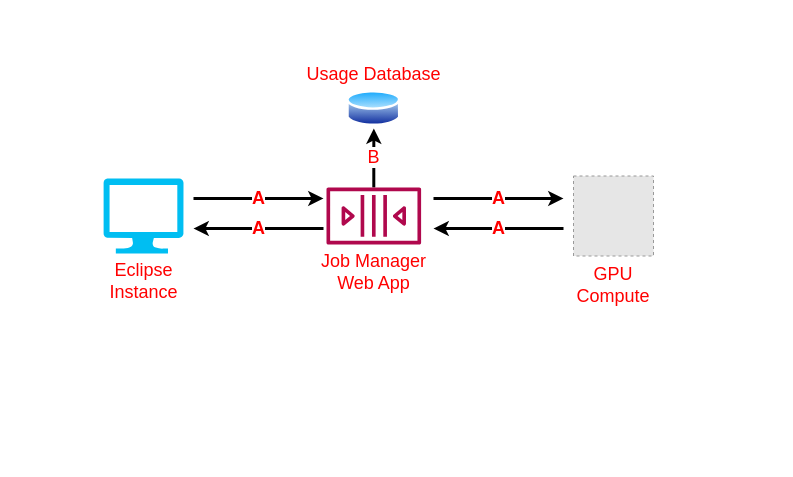
Earlier version of the draw.io diagram EclipseServerInterface.drawio (SamPIngram/DrawIO). Source tidied: cells renumbered, new cells numbered last; positions are measured from the earlier drawing's top-left corner, leaving out a move shared by most shapes. Both pictures are drawn from the tidied source at 100%, with x=0, y=0 at pixel (103, 88). Pictures stored in the file or linked from it are replaced by grey dashed boxes.
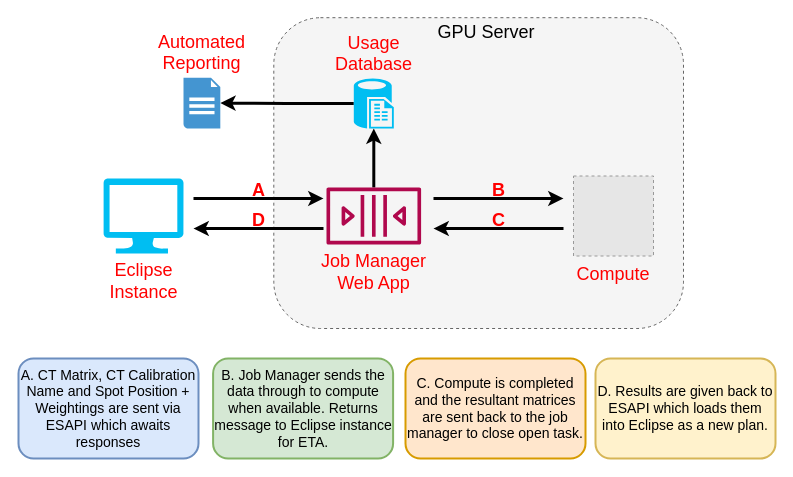
The same diagram, later.

The change refers to these unchanged cells:
```xml
<mxCell id="7" value="Job Manager&lt;br&gt;Web App" style="sketch=0;outlineConnect=0;fontColor=#FF0000;gradientColor=none;fillColor=#B0084D;strokeColor=none;dashed=0;verticalLabelPosition=bottom;verticalAlign=top;align=center;html=1;fontSize=18;fontStyle=0;shape=mxgraph.aws4.queue;" parent="1" vertex="1">
  <mxGeometry x="223" y="99" width="94.6" height="57" as="geometry" />
</mxCell>
```

Diff of the diagram source:
```diff
@@
+    <mxCell id="11" style="rounded=1;whiteSpace=wrap;html=1;fontSize=18;labelBackgroundColor=none;fillColor=#f5f5f5;dashed=1;strokeColor=#666666;fontColor=#333333;" parent="1" vertex="1">
+      <mxGeometry x="170.3" y="-70.8" width="409.7" height="310.8" as="geometry" />
+    </mxCell>
@@
-    <mxCell id="3" value="A" style="endArrow=classic;html=1;rounded=0;strokeWidth=3;fontSize=18;fontStyle=1;fontColor=#FF0000;" parent="1" edge="1">
+    <mxCell id="3" value="A" style="endArrow=classic;html=1;rounded=0;strokeWidth=3;fontSize=18;fontStyle=1;fontColor=#FF0000;labelBackgroundColor=none;spacingBottom=16;" parent="1" edge="1">
       <mxGeometry relative="1" as="geometry">
         <mxPoint x="90" y="110" as="sourcePoint" />
         <mxPoint x="220" y="110" as="targetPoint" />
       </mxGeometry>
     </mxCell>
-    <mxCell id="4" value="GPU &#10;Compute" style="fillColor=#E6E6E6;strokeColor=#999999;dashed=1;verticalLabelPosition=bottom;labelBackgroundColor=#ffffff;verticalAlign=top;fontSize=18;fontColor=#FF0000;" parent="1" vertex="1">
+    <mxCell id="4" value="Compute" style="fillColor=#E6E6E6;strokeColor=#999999;dashed=1;verticalLabelPosition=bottom;labelBackgroundColor=none;verticalAlign=top;fontSize=18;fontColor=#FF0000;" parent="1" vertex="1">
       <mxGeometry x="470" y="87.5" width="80" height="80" as="geometry" />
     </mxCell>
-    <mxCell id="5" value="Usage Database" style="perimeter=ellipsePerimeter;html=1;align=center;shadow=0;dashed=0;spacingTop=3;image;image=img/lib/active_directory/database.svg;fontSize=18;fontColor=#FF0000;labelPosition=center;verticalLabelPosition=top;verticalAlign=bottom;" parent="1" vertex="1">
-      <mxGeometry x="243.3" width="54.1" height="40" as="geometry" />
-    </mxCell>
-    <mxCell id="6" value="B" style="edgeStyle=orthogonalEdgeStyle;rounded=0;jettySize=auto;html=1;entryX=0.5;entryY=1;entryDx=0;entryDy=0;fontSize=18;fontColor=#FF0000;strokeWidth=3;" parent="1" edge="1" source="7" target="5">
+    <mxCell id="6" style="edgeStyle=orthogonalEdgeStyle;rounded=0;jettySize=auto;html=1;entryX=0.5;entryY=1;entryDx=0;entryDy=0;fontSize=18;fontColor=#FF0000;strokeWidth=3;entryPerimeter=0;" parent="1" edge="1" source="7" target="5">
       <mxGeometry relative="1" as="geometry" />
     </mxCell>
@@
-    <mxCell id="8" value="A" style="endArrow=classic;html=1;rounded=0;strokeWidth=3;fontSize=18;fontStyle=1;fontColor=#FF0000;" parent="1" edge="1">
+    <mxCell id="8" value="D" style="endArrow=classic;html=1;rounded=0;strokeWidth=3;fontSize=18;fontStyle=1;fontColor=#FF0000;labelBackgroundColor=none;spacingBottom=16;" parent="1" edge="1">
       <mxGeometry relative="1" as="geometry">
         <mxPoint x="220" y="140" as="sourcePoint" />
         <mxPoint x="90" y="140" as="targetPoint" />
       </mxGeometry>
     </mxCell>
-    <mxCell id="9" value="A" style="endArrow=classic;html=1;rounded=0;strokeWidth=3;fontSize=18;fontStyle=1;fontColor=#FF0000;" parent="1" edge="1">
+    <mxCell id="9" value="B" style="endArrow=classic;html=1;rounded=0;strokeWidth=3;fontSize=18;fontStyle=1;fontColor=#FF0000;labelBackgroundColor=none;spacingBottom=16;" parent="1" edge="1">
       <mxGeometry relative="1" as="geometry">
         <mxPoint x="330" y="110" as="sourcePoint" />
         <mxPoint x="460" y="110" as="targetPoint" />
       </mxGeometry>
     </mxCell>
-    <mxCell id="10" value="A" style="endArrow=classic;html=1;rounded=0;strokeWidth=3;fontSize=18;fontStyle=1;fontColor=#FF0000;" parent="1" edge="1">
+    <mxCell id="10" value="C" style="endArrow=classic;html=1;rounded=0;strokeWidth=3;fontSize=18;fontStyle=1;fontColor=#FF0000;labelBackgroundColor=none;spacingBottom=16;" parent="1" edge="1">
       <mxGeometry relative="1" as="geometry">
         <mxPoint x="460" y="140" as="sourcePoint" />
         <mxPoint x="330" y="140" as="targetPoint" />
       </mxGeometry>
     </mxCell>
+    <mxCell id="12" style="edgeStyle=orthogonalEdgeStyle;rounded=0;jettySize=auto;html=1;fontSize=18;fontColor=#FF0000;strokeWidth=3;" parent="1" edge="1" source="5" target="13">
+      <mxGeometry relative="1" as="geometry" />
+    </mxCell>
+    <mxCell id="5" value="Usage&lt;br&gt;Database" style="verticalLabelPosition=top;html=1;verticalAlign=bottom;align=center;strokeColor=none;fillColor=#00BEF2;shape=mxgraph.azure.sql_reporting;fontSize=18;fontColor=#FF0000;labelPosition=center;" parent="1" vertex="1">
+      <mxGeometry x="250.3" y="-10" width="40" height="50" as="geometry" />
+    </mxCell>
+    <mxCell id="13" value="Automated&lt;br&gt;Reporting" style="shadow=0;dashed=0;html=1;strokeColor=none;fillColor=#4495D1;labelPosition=center;verticalLabelPosition=top;verticalAlign=bottom;align=center;outlineConnect=0;shape=mxgraph.veeam.2d.report;fontSize=18;fontColor=#FF0000;" parent="1" vertex="1">
+      <mxGeometry x="80" y="-10.8" width="36.8" height="50.8" as="geometry" />
+    </mxCell>
+    <mxCell id="14" value="GPU Server" style="text;html=1;strokeColor=none;fillColor=none;align=center;verticalAlign=middle;whiteSpace=wrap;rounded=0;dashed=1;labelBackgroundColor=none;fontSize=18;fontColor=#000000;" parent="1" vertex="1">
+      <mxGeometry x="317.6" y="-70.8" width="130" height="30" as="geometry" />
+    </mxCell>
+    <mxCell id="15" value="&lt;font style=&quot;font-size: 14px&quot;&gt;A. CT Matrix, CT Calibration Name and Spot Position + Weightings are sent via ESAPI which awaits responses&lt;/font&gt;" style="rounded=1;whiteSpace=wrap;html=1;labelBackgroundColor=none;fontSize=14;fillColor=#dae8fc;strokeWidth=2;align=center;strokeColor=#6c8ebf;" parent="1" vertex="1">
+      <mxGeometry x="-85" y="270" width="180" height="100" as="geometry" />
+    </mxCell>
+    <mxCell id="16" value="&lt;font style=&quot;font-size: 14px;&quot;&gt;B. Job Manager sends the data through to compute when available. Returns message to Eclipse instance for ETA.&lt;/font&gt;" style="rounded=1;whiteSpace=wrap;html=1;labelBackgroundColor=none;fontSize=14;fillColor=#d5e8d4;strokeWidth=2;align=center;strokeColor=#82b366;" parent="1" vertex="1">
+      <mxGeometry x="109.6" y="270" width="180" height="100" as="geometry" />
+    </mxCell>
+    <mxCell id="17" value="&lt;font style=&quot;font-size: 14px&quot;&gt;C. Compute is completed and the resultant matrices are sent back to the job manager to close open task.&lt;/font&gt;" style="rounded=1;whiteSpace=wrap;html=1;labelBackgroundColor=none;fontSize=14;fillColor=#ffe6cc;strokeWidth=2;align=center;strokeColor=#d79b00;" parent="1" vertex="1">
+      <mxGeometry x="302" y="270" width="180" height="100" as="geometry" />
+    </mxCell>
+    <mxCell id="18" value="&lt;font style=&quot;font-size: 14px&quot;&gt;D. Results are given back to ESAPI which loads them into Eclipse as a new plan.&lt;/font&gt;" style="rounded=1;whiteSpace=wrap;html=1;labelBackgroundColor=none;fontSize=14;fillColor=#fff2cc;strokeWidth=2;align=center;strokeColor=#d6b656;" parent="1" vertex="1">
+      <mxGeometry x="492" y="270" width="180" height="100" as="geometry" />
+    </mxCell>
```
